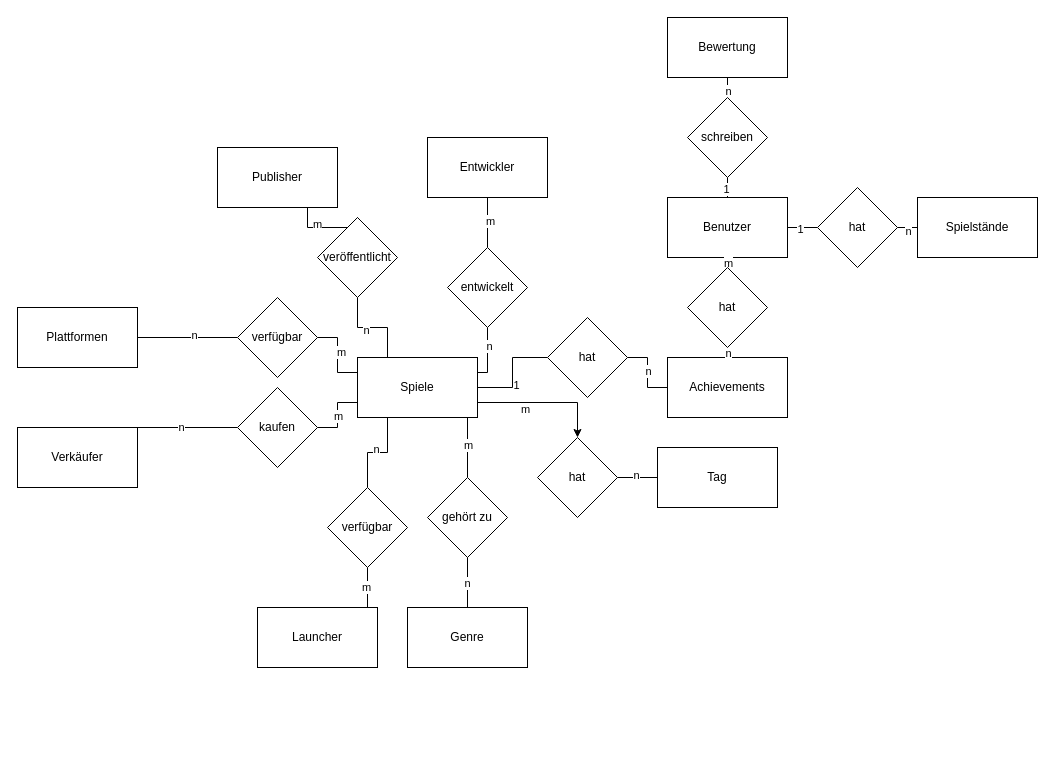
PlegaardAphorus/Videospiele_DBKProjekt keeps this draw.io diagram as ER Modell (Chen).drawio. Above is the earlier version. Source tidied: cells renumbered, new cells numbered last; positions are measured from the earlier drawing's top-left corner, leaving out a move shared by most shapes. Both pictures are drawn from the tidied source at 100%, with x=0, y=0 at pixel (17, 17).
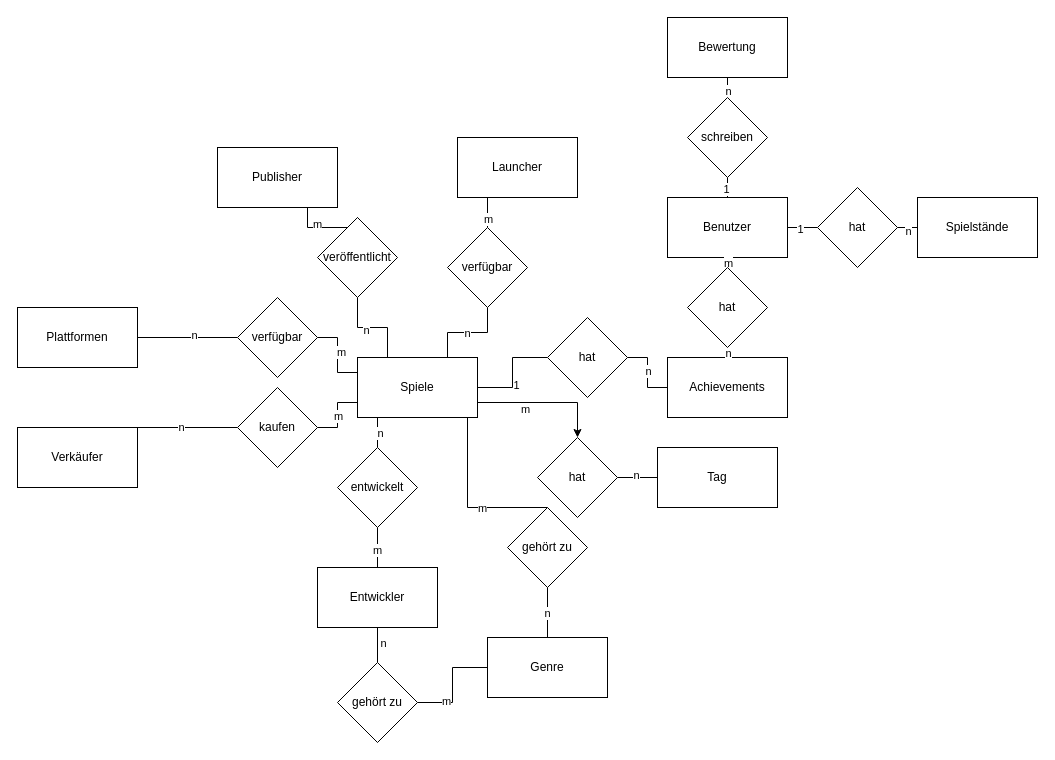
The same diagram, later.

Unchanged cells that the change refers to:
```xml
<mxCell id="8" value="&lt;div&gt;Spiele&lt;/div&gt;" style="rounded=0;whiteSpace=wrap;html=1;" parent="1" vertex="1">
  <mxGeometry x="340" y="340" width="120" height="60" as="geometry" />
</mxCell>
```

Change to the diagram source:
```diff
@@
-    <mxCell id="4" style="edgeStyle=orthogonalEdgeStyle;rounded=0;jettySize=auto;html=1;exitX=1;exitY=0.25;exitDx=0;exitDy=0;entryX=0.5;entryY=1;entryDx=0;entryDy=0;endArrow=none;endFill=0;" parent="1" edge="1" source="8" target="48">
-      <mxGeometry relative="1" as="geometry">
-        <Array as="points">
-          <mxPoint x="470" y="355" />
-        </Array>
-      </mxGeometry>
-    </mxCell>
-    <mxCell id="5" value="n" style="edgeLabel;html=1;align=center;verticalAlign=middle;" parent="4" vertex="1">
-      <mxGeometry x="0.35" y="-1" relative="1" as="geometry" />
-    </mxCell>
@@
+    <mxCell id="4" style="edgeStyle=orthogonalEdgeStyle;rounded=0;jettySize=auto;html=1;exitX=0.25;exitY=1;exitDx=0;exitDy=0;entryX=0.5;entryY=0;entryDx=0;entryDy=0;endArrow=none;endFill=0;" parent="1" edge="1" source="8" target="48">
+      <mxGeometry relative="1" as="geometry" />
+    </mxCell>
+    <mxCell id="69" value="n" style="edgeLabel;html=1;align=center;verticalAlign=middle;" parent="4" vertex="1">
+      <mxGeometry x="0.23" y="2" relative="1" as="geometry" />
+    </mxCell>
+    <mxCell id="70" style="edgeStyle=orthogonalEdgeStyle;rounded=0;jettySize=auto;html=1;exitX=0.75;exitY=0;exitDx=0;exitDy=0;entryX=0.5;entryY=1;entryDx=0;entryDy=0;endArrow=none;endFill=0;" parent="1" edge="1" source="8" target="45">
+      <mxGeometry relative="1" as="geometry" />
+    </mxCell>
+    <mxCell id="71" value="n" style="edgeLabel;html=1;align=center;verticalAlign=middle;" parent="70" vertex="1">
+      <mxGeometry x="-0.02" relative="1" as="geometry" />
+    </mxCell>
@@
+    <mxCell id="72" style="edgeStyle=orthogonalEdgeStyle;rounded=0;jettySize=auto;html=1;exitX=0.5;exitY=1;exitDx=0;exitDy=0;entryX=0.5;entryY=0;entryDx=0;entryDy=0;endArrow=none;endFill=0;" parent="1" edge="1" source="9" target="79">
+      <mxGeometry relative="1" as="geometry" />
+    </mxCell>
+    <mxCell id="73" value="n" style="edgeLabel;html=1;align=center;verticalAlign=middle;" parent="72" vertex="1">
+      <mxGeometry x="-0.15" y="5" relative="1" as="geometry" />
+    </mxCell>
     <mxCell id="9" value="&lt;div&gt;Entwickler&lt;/div&gt;" style="rounded=0;whiteSpace=wrap;html=1;" parent="1" vertex="1">
-      <mxGeometry x="410" y="120" width="120" height="60" as="geometry" />
+      <mxGeometry x="300" y="550" width="120" height="60" as="geometry" />
     </mxCell>
@@
-    <mxCell id="11" style="edgeStyle=orthogonalEdgeStyle;rounded=0;jettySize=auto;html=1;exitX=0.75;exitY=0;exitDx=0;exitDy=0;entryX=0.5;entryY=1;entryDx=0;entryDy=0;endArrow=none;endFill=0;" parent="1" edge="1" source="13" target="45">
-      <mxGeometry relative="1" as="geometry">
-        <Array as="points">
-          <mxPoint x="350" y="590" />
-        </Array>
-      </mxGeometry>
-    </mxCell>
-    <mxCell id="12" value="m" style="edgeLabel;html=1;align=center;verticalAlign=middle;" parent="11" vertex="1">
-      <mxGeometry x="0.37" y="2" relative="1" as="geometry" />
-    </mxCell>
     <mxCell id="13" value="&lt;div&gt;Launcher&lt;/div&gt;" style="rounded=0;whiteSpace=wrap;html=1;" parent="1" vertex="1">
-      <mxGeometry x="240" y="590" width="120" height="60" as="geometry" />
+      <mxGeometry x="440" y="120" width="120" height="60" as="geometry" />
     </mxCell>
@@
+    <mxCell id="74" style="edgeStyle=orthogonalEdgeStyle;rounded=0;jettySize=auto;html=1;exitX=0;exitY=0.5;exitDx=0;exitDy=0;entryX=1;entryY=0.5;entryDx=0;entryDy=0;endArrow=none;endFill=0;" parent="1" edge="1" source="24" target="79">
+      <mxGeometry relative="1" as="geometry" />
+    </mxCell>
+    <mxCell id="75" value="m" style="edgeLabel;html=1;align=center;verticalAlign=middle;" parent="74" vertex="1">
+      <mxGeometry x="0.46" y="-2" relative="1" as="geometry" />
+    </mxCell>
     <mxCell id="24" value="Genre" style="rounded=0;whiteSpace=wrap;html=1;" parent="1" vertex="1">
-      <mxGeometry x="390" y="590" width="120" height="60" as="geometry" />
+      <mxGeometry x="470" y="620" width="120" height="60" as="geometry" />
     </mxCell>
@@
     <mxCell id="30" value="&lt;div&gt;gehört zu&lt;/div&gt;" style="rhombus;whiteSpace=wrap;html=1;" parent="1" vertex="1">
-      <mxGeometry x="410" y="460" width="80" height="80" as="geometry" />
+      <mxGeometry x="490" y="490" width="80" height="80" as="geometry" />
     </mxCell>
@@
-    <mxCell id="43" style="edgeStyle=orthogonalEdgeStyle;rounded=0;jettySize=auto;html=1;exitX=0.5;exitY=0;exitDx=0;exitDy=0;entryX=0.25;entryY=1;entryDx=0;entryDy=0;endArrow=none;endFill=0;" parent="1" edge="1" source="45" target="8">
-      <mxGeometry relative="1" as="geometry" />
-    </mxCell>
-    <mxCell id="44" value="n" style="edgeLabel;html=1;align=center;verticalAlign=middle;" parent="43" vertex="1">
-      <mxGeometry x="-0.04" y="4" relative="1" as="geometry" />
-    </mxCell>
+    <mxCell id="76" style="edgeStyle=orthogonalEdgeStyle;rounded=0;jettySize=auto;html=1;exitX=0.5;exitY=0;exitDx=0;exitDy=0;entryX=0.25;entryY=1;entryDx=0;entryDy=0;endArrow=none;endFill=0;" parent="1" edge="1" source="45" target="13">
+      <mxGeometry relative="1" as="geometry" />
+    </mxCell>
+    <mxCell id="77" value="m" style="edgeLabel;html=1;align=center;verticalAlign=middle;" parent="76" vertex="1">
+      <mxGeometry x="-0.43" relative="1" as="geometry" />
+    </mxCell>
     <mxCell id="45" value="&lt;div&gt;verfügbar&lt;/div&gt;" style="rhombus;whiteSpace=wrap;html=1;" parent="1" vertex="1">
-      <mxGeometry x="310" y="470" width="80" height="80" as="geometry" />
+      <mxGeometry x="430" y="210" width="80" height="80" as="geometry" />
     </mxCell>
-    <mxCell id="46" style="edgeStyle=orthogonalEdgeStyle;rounded=0;jettySize=auto;html=1;exitX=0.5;exitY=0;exitDx=0;exitDy=0;entryX=0.5;entryY=1;entryDx=0;entryDy=0;endArrow=none;endFill=0;" parent="1" edge="1" source="48" target="9">
+    <mxCell id="46" style="edgeStyle=orthogonalEdgeStyle;rounded=0;jettySize=auto;html=1;exitX=0.5;exitY=1;exitDx=0;exitDy=0;entryX=0.5;entryY=0;entryDx=0;entryDy=0;endArrow=none;endFill=0;" parent="1" edge="1" source="48" target="9">
       <mxGeometry relative="1" as="geometry" />
     </mxCell>
-    <mxCell id="47" value="m" style="edgeLabel;html=1;align=center;verticalAlign=middle;" parent="46" vertex="1">
-      <mxGeometry x="0.06" y="-2" relative="1" as="geometry" />
-    </mxCell>
+    <mxCell id="78" value="m" style="edgeLabel;html=1;align=center;verticalAlign=middle;" parent="46" vertex="1">
+      <mxGeometry x="0.11" y="-1" relative="1" as="geometry" />
+    </mxCell>
     <mxCell id="48" value="entwickelt" style="rhombus;whiteSpace=wrap;html=1;" parent="1" vertex="1">
-      <mxGeometry x="430" y="230" width="80" height="80" as="geometry" />
+      <mxGeometry x="320" y="430" width="80" height="80" as="geometry" />
     </mxCell>
@@
+    <mxCell id="79" value="gehört zu" style="rhombus;whiteSpace=wrap;html=1;" parent="1" vertex="1">
+      <mxGeometry x="320" y="645" width="80" height="80" as="geometry" />
+    </mxCell>
```
